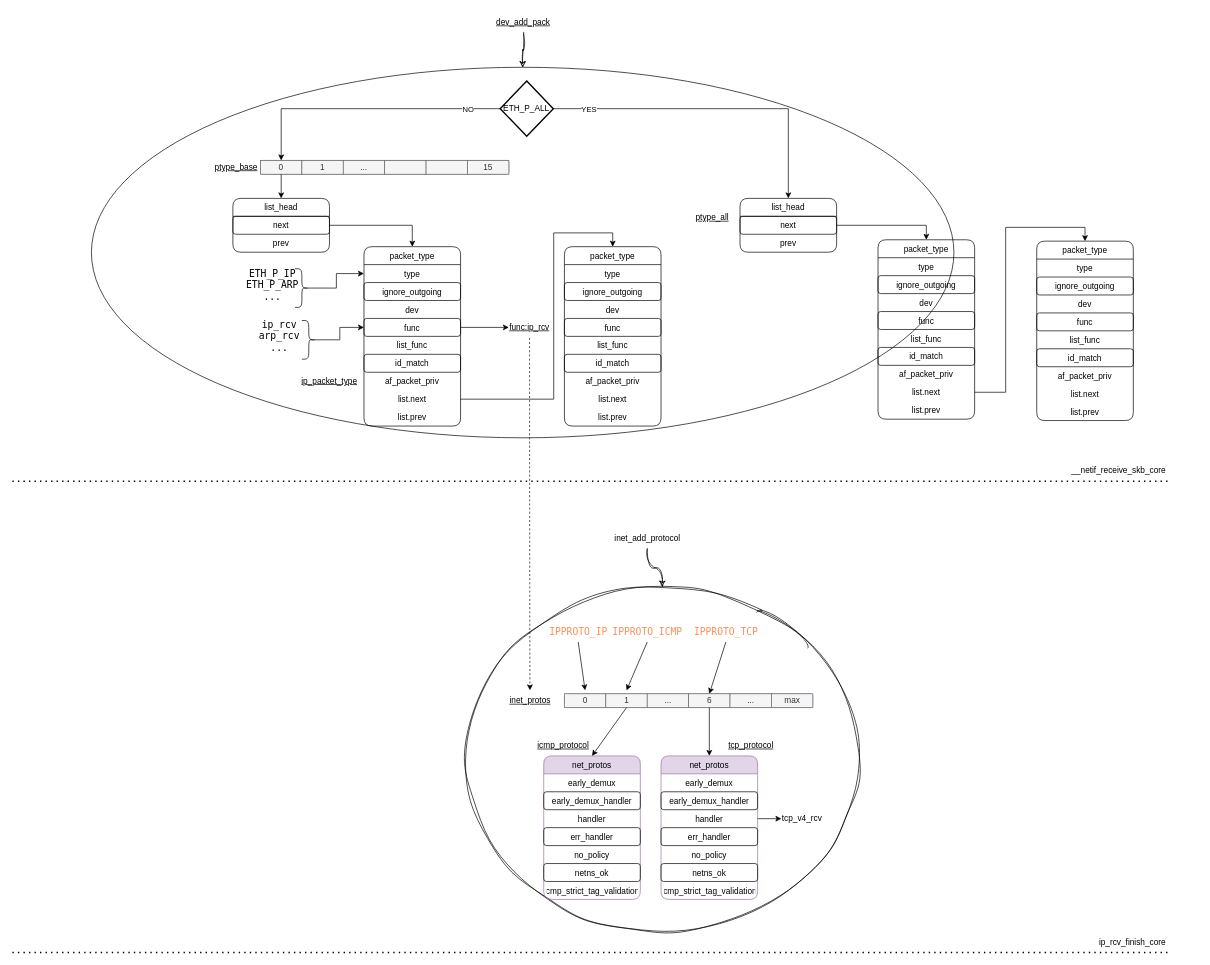
Earlier version of the draw.io diagram page "dev_add_pack" (2 of 5) of kernel.drawio (adinxu/draw.io). Source tidied: cells renumbered, new cells numbered last; positions are measured from the earlier drawing's top-left corner, leaving out a move shared by most shapes. Both pictures are drawn from the tidied source at 69%, with x=0, y=0 at pixel (12, 12).
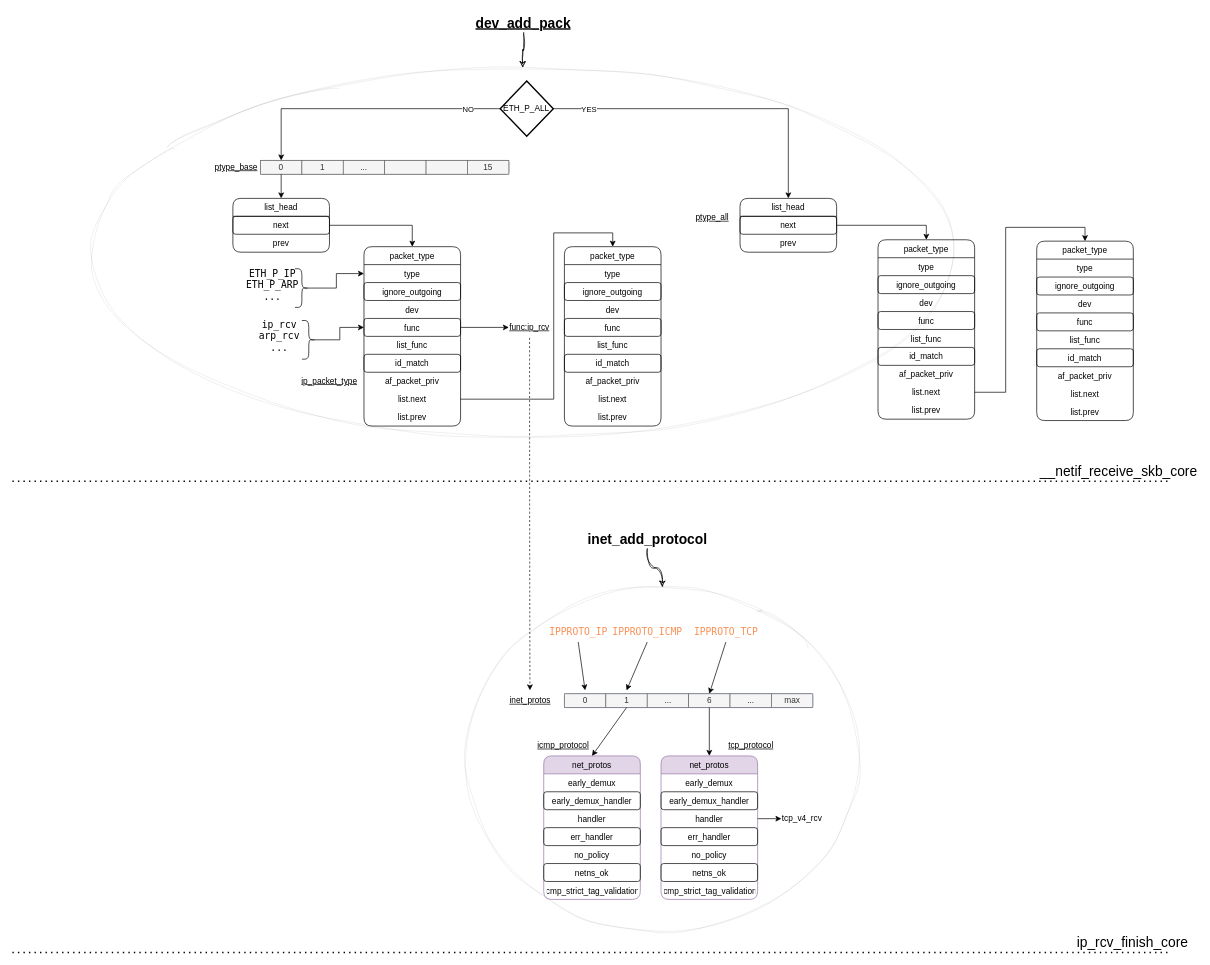
Above is the later version.

Diff of the diagram source:
```diff
@@
-    <mxCell id="2" style="ellipse;whiteSpace=wrap;html=1;" parent="1" vertex="1">
+    <mxCell id="2" style="ellipse;whiteSpace=wrap;html=1;sketch=1;curveFitting=1;jiggle=2;strokeWidth=0;" parent="1" vertex="1">
       <mxGeometry x="114" y="80" width="1250" height="537" as="geometry" />
     </mxCell>
-    <mxCell id="3" style="ellipse;whiteSpace=wrap;html=1;sketch=1;curveFitting=1;jiggle=2;" parent="1" vertex="1">
+    <mxCell id="3" style="ellipse;whiteSpace=wrap;html=1;sketch=1;curveFitting=1;jiggle=2;strokeWidth=0;" parent="1" vertex="1">
       <mxGeometry x="656.5" y="833" width="570" height="500" as="geometry" />
     </mxCell>
@@
-    <mxCell id="5" value="inet_add_protocol" style="text;html=1;align=center;verticalAlign=middle;whiteSpace=wrap;rounded=0;" parent="1" vertex="1">
+    <mxCell id="5" value="inet_add_protocol" style="text;html=1;align=center;verticalAlign=middle;whiteSpace=wrap;rounded=0;fontSize=20;fontStyle=1;" parent="1" vertex="1">
       <mxGeometry x="889.5" y="748" width="60" height="30" as="geometry" />
     </mxCell>
@@
-    <mxCell id="41" value="dev_add_pack" style="text;html=1;align=center;verticalAlign=middle;whiteSpace=wrap;rounded=0;fontStyle=4;" parent="1" vertex="1">
+    <mxCell id="41" value="dev_add_pack" style="text;html=1;align=center;verticalAlign=middle;whiteSpace=wrap;rounded=0;fontStyle=5;fontSize=20;" parent="1" vertex="1">
       <mxGeometry x="710.4" width="60" height="30" as="geometry" />
     </mxCell>
@@
-    <mxCell id="120" value="__netif_receive_skb_core" style="text;html=1;align=center;verticalAlign=middle;whiteSpace=wrap;rounded=0;" parent="1" vertex="1">
+    <mxCell id="120" value="__netif_receive_skb_core" style="text;html=1;align=center;verticalAlign=middle;whiteSpace=wrap;rounded=0;fontSize=20;" parent="1" vertex="1">
       <mxGeometry x="1534" y="650" width="138" height="30" as="geometry" />
     </mxCell>
@@
-    <mxCell id="122" value="ip_rcv_finish_core" style="text;html=1;align=center;verticalAlign=middle;whiteSpace=wrap;rounded=0;" parent="1" vertex="1">
+    <mxCell id="122" value="ip_rcv_finish_core" style="text;html=1;align=center;verticalAlign=middle;whiteSpace=wrap;rounded=0;fontSize=20;" parent="1" vertex="1">
       <mxGeometry x="1554" y="1333" width="138" height="30" as="geometry" />
     </mxCell>
```
